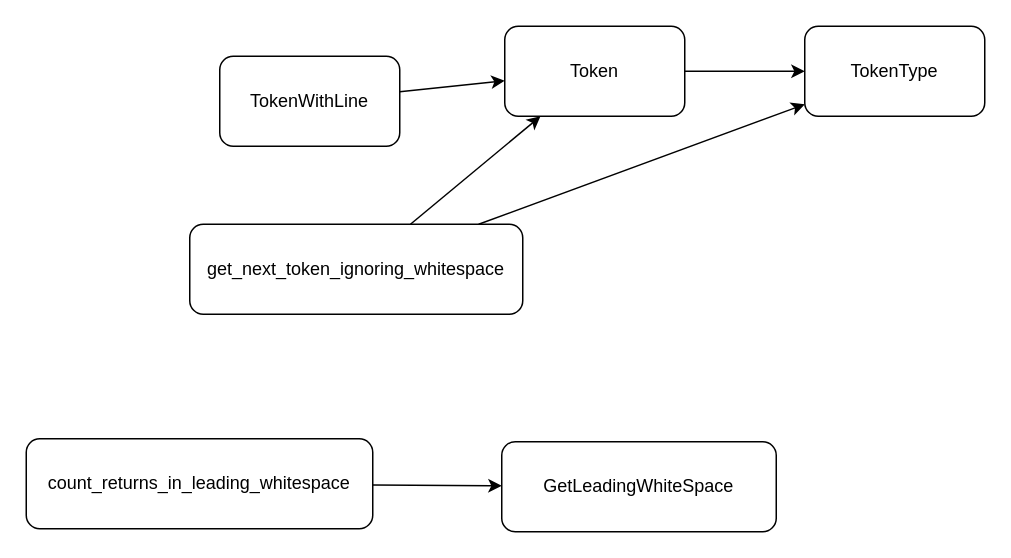
This is architecture.drawio from GSmithApps/plox, a draw.io file, before an edit. Source tidied: cells renumbered, new cells numbered last; positions are measured from the earlier drawing's top-left corner, leaving out a move shared by most shapes. Both pictures are drawn from the tidied source at 150%, with x=0, y=0 at pixel (26, 26).
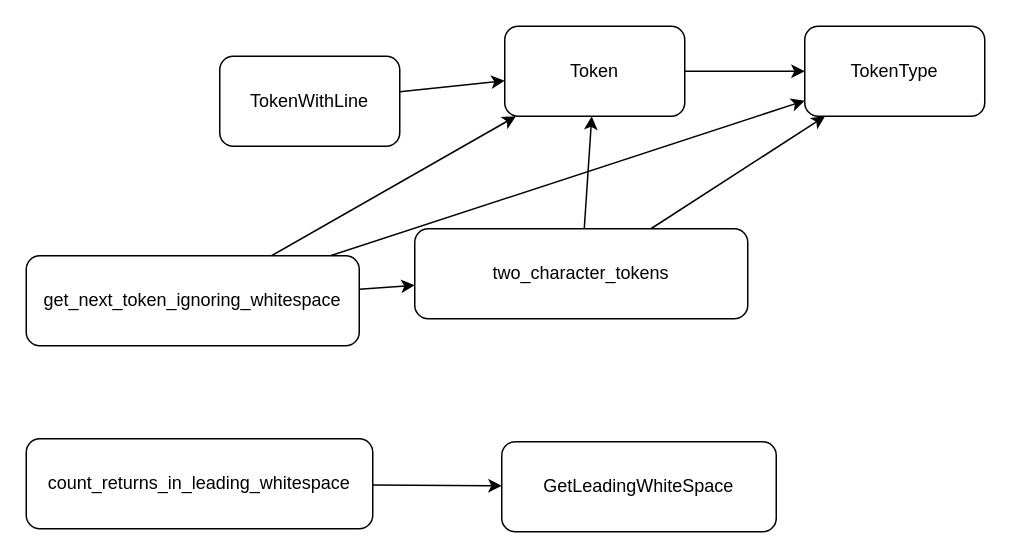
The same page after the edit.

Diff of the diagram source:
```diff
@@
 <mxGraphModel>
   <root>
     <mxCell id="0" />
     <mxCell id="1" parent="0" />
     <mxCell id="2" style="edgeStyle=none;html=1;" parent="1" edge="1" source="3" target="6">
       <mxGeometry relative="1" as="geometry" />
     </mxCell>
     <mxCell id="3" value="Token" style="rounded=1;whiteSpace=wrap;html=1;" parent="1" vertex="1">
       <mxGeometry x="319" width="120" height="60" as="geometry" />
     </mxCell>
     <mxCell id="4" style="edgeStyle=none;html=1;" parent="1" edge="1" source="5" target="3">
       <mxGeometry relative="1" as="geometry" />
     </mxCell>
     <mxCell id="5" value="TokenWithLine" style="rounded=1;whiteSpace=wrap;html=1;" parent="1" vertex="1">
       <mxGeometry x="129" y="20" width="120" height="60" as="geometry" />
     </mxCell>
     <mxCell id="6" value="TokenType" style="rounded=1;whiteSpace=wrap;html=1;" parent="1" vertex="1">
       <mxGeometry x="519" width="120" height="60" as="geometry" />
     </mxCell>
     <mxCell id="7" value="GetLeadingWhiteSpace" style="rounded=1;whiteSpace=wrap;html=1;" parent="1" vertex="1">
       <mxGeometry x="317" y="277" width="183" height="60" as="geometry" />
     </mxCell>
     <mxCell id="8" style="edgeStyle=none;html=1;" parent="1" edge="1" source="9" target="7">
       <mxGeometry relative="1" as="geometry" />
     </mxCell>
     <mxCell id="9" value="count_returns_in_leading_whitespace" style="rounded=1;whiteSpace=wrap;html=1;" parent="1" vertex="1">
       <mxGeometry y="275" width="231" height="60" as="geometry" />
     </mxCell>
     <mxCell id="10" style="edgeStyle=none;html=1;" parent="1" edge="1" source="12" target="3">
       <mxGeometry relative="1" as="geometry" />
     </mxCell>
     <mxCell id="11" style="edgeStyle=none;html=1;" parent="1" edge="1" source="12" target="6">
       <mxGeometry relative="1" as="geometry" />
     </mxCell>
+    <mxCell id="13" style="edgeStyle=none;html=1;" parent="1" edge="1" source="12" target="16">
+      <mxGeometry relative="1" as="geometry" />
+    </mxCell>
     <mxCell id="12" value="get_next_token_ignoring_whitespace" style="rounded=1;whiteSpace=wrap;html=1;" parent="1" vertex="1">
-      <mxGeometry x="109" y="132" width="222" height="60" as="geometry" />
+      <mxGeometry y="153" width="222" height="60" as="geometry" />
     </mxCell>
+    <mxCell id="14" style="edgeStyle=none;html=1;" parent="1" edge="1" source="16" target="3">
+      <mxGeometry relative="1" as="geometry" />
+    </mxCell>
+    <mxCell id="15" style="edgeStyle=none;html=1;" parent="1" edge="1" source="16" target="6">
+      <mxGeometry relative="1" as="geometry" />
+    </mxCell>
+    <mxCell id="16" value="two_character_tokens" style="rounded=1;whiteSpace=wrap;html=1;" parent="1" vertex="1">
+      <mxGeometry x="259" y="135" width="222" height="60" as="geometry" />
+    </mxCell>
   </root>
 </mxGraphModel>
```
